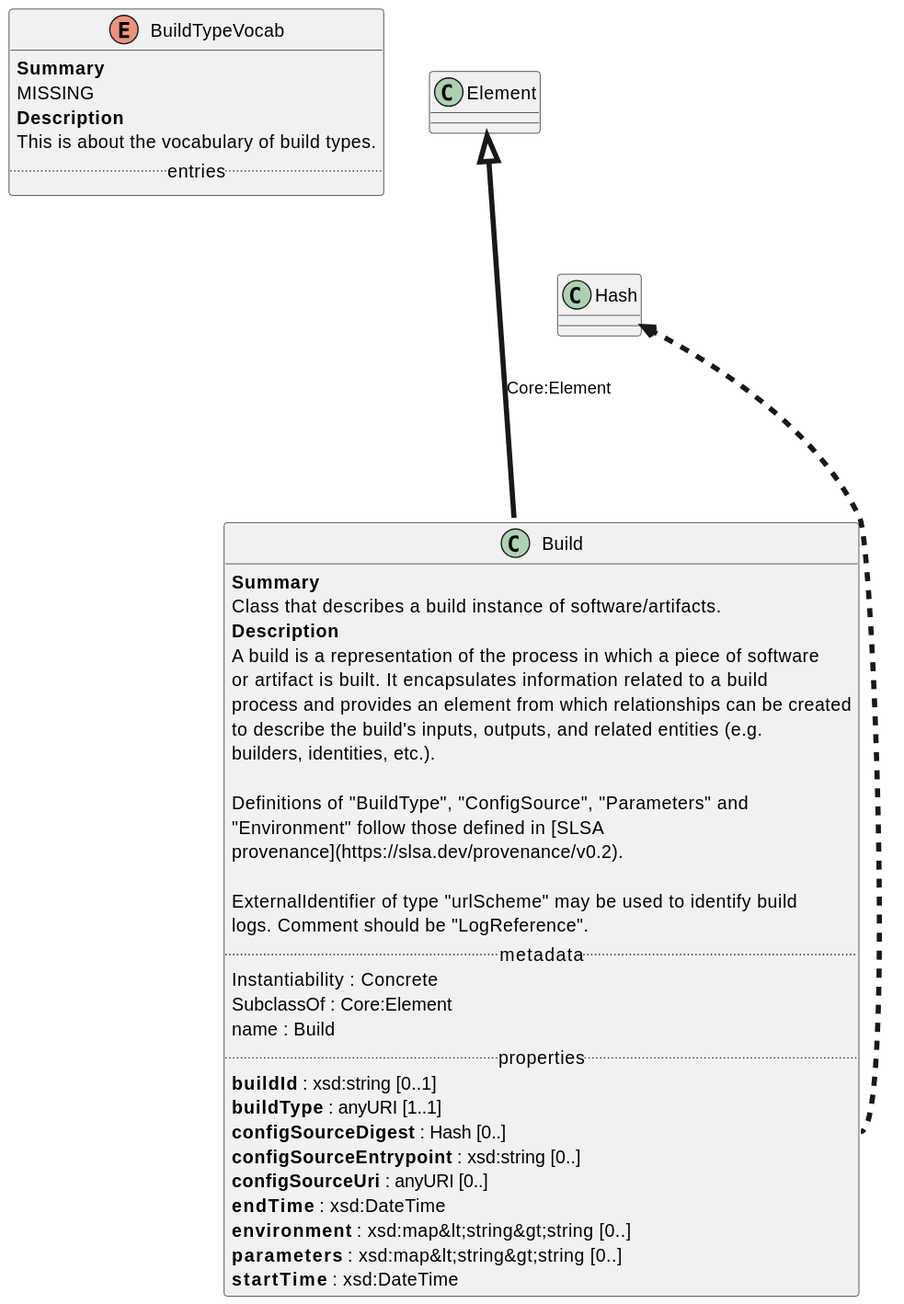
Earlier version of the PlantUML export Build.Profile.svg (maxhbr/spec-parser.hs).
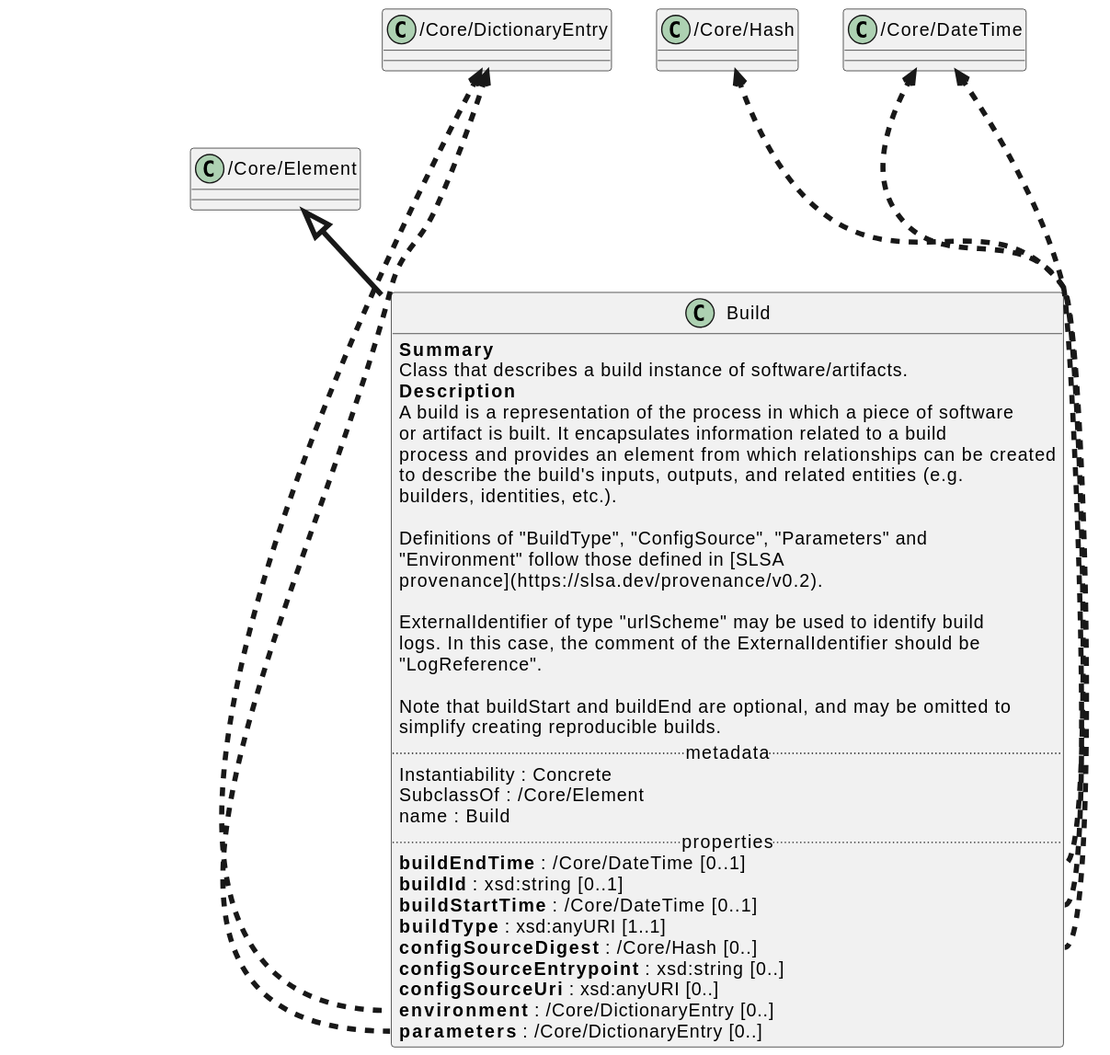
Above is the later version.

Change to the diagram source:
```diff
@@ -1,13 +1,6 @@
 @startuml
 skinparam packageStyle rectangle
 set separator none
-enum BuildTypeVocab {
-<b>Summary</b>
-MISSING
-<b>Description</b>
-This is about the vocabulary of build types.
-.. entries ..
-}
 together {
 class Build {
 <b>Summary</b>
@@ -24,23 +17,31 @@
 provenance](https://slsa.dev/provenance/v0.2).
 
 ExternalIdentifier of type "urlScheme" may be used to identify build
-logs. Comment should be "LogReference".
+logs. In this case, the comment of the ExternalIdentifier should be
+"LogReference".
+
+Note that buildStart and buildEnd are optional, and may be omitted to
+simplify creating reproducible builds.
 .. metadata ..
     Instantiability : Concrete
-    SubclassOf : Core:Element
+    SubclassOf : /Core/Element
     name : Build
 .. properties ..
+    <b>buildEndTime </b>: /Core/DateTime [0..1]
     <b>buildId </b>: xsd:string [0..1]
-    <b>buildType </b>: anyURI [1..1]
-    <b>configSourceDigest </b>: Hash [0..]
+    <b>buildStartTime </b>: /Core/DateTime [0..1]
+    <b>buildType </b>: xsd:anyURI [1..1]
+    <b>configSourceDigest </b>: /Core/Hash [0..]
     <b>configSourceEntrypoint </b>: xsd:string [0..]
-    <b>configSourceUri </b>: anyURI [0..]
-    <b>endTime </b>: xsd:DateTime
-    <b>environment </b>: xsd:map&lt;string&gt;string [0..]
-    <b>parameters </b>: xsd:map&lt;string&gt;string [0..]
-    <b>startTime </b>: xsd:DateTime
+    <b>configSourceUri </b>: xsd:anyURI [0..]
+    <b>environment </b>: /Core/DictionaryEntry [0..]
+    <b>parameters </b>: /Core/DictionaryEntry [0..]
 }
-"Hash" <-[dashed,thickness=4]-- "Build::configSourceDigest"
+"/Core/DateTime" <-[dashed,thickness=4]-- "Build::buildEndTime"
+"/Core/DateTime" <-[dashed,thickness=4]-- "Build::buildStartTime"
+"/Core/Hash" <-[dashed,thickness=4]-- "Build::configSourceDigest"
+"/Core/DictionaryEntry" <-[dashed,thickness=4]-- "Build::environment"
+"/Core/DictionaryEntry" <-[dashed,thickness=4]-- "Build::parameters"
 }
-"Element" <|-[thickness=4]--- "Build" : Core:Element
+"/Core/Element" <|-[thickness=4]- "Build"
 @enduml
```
